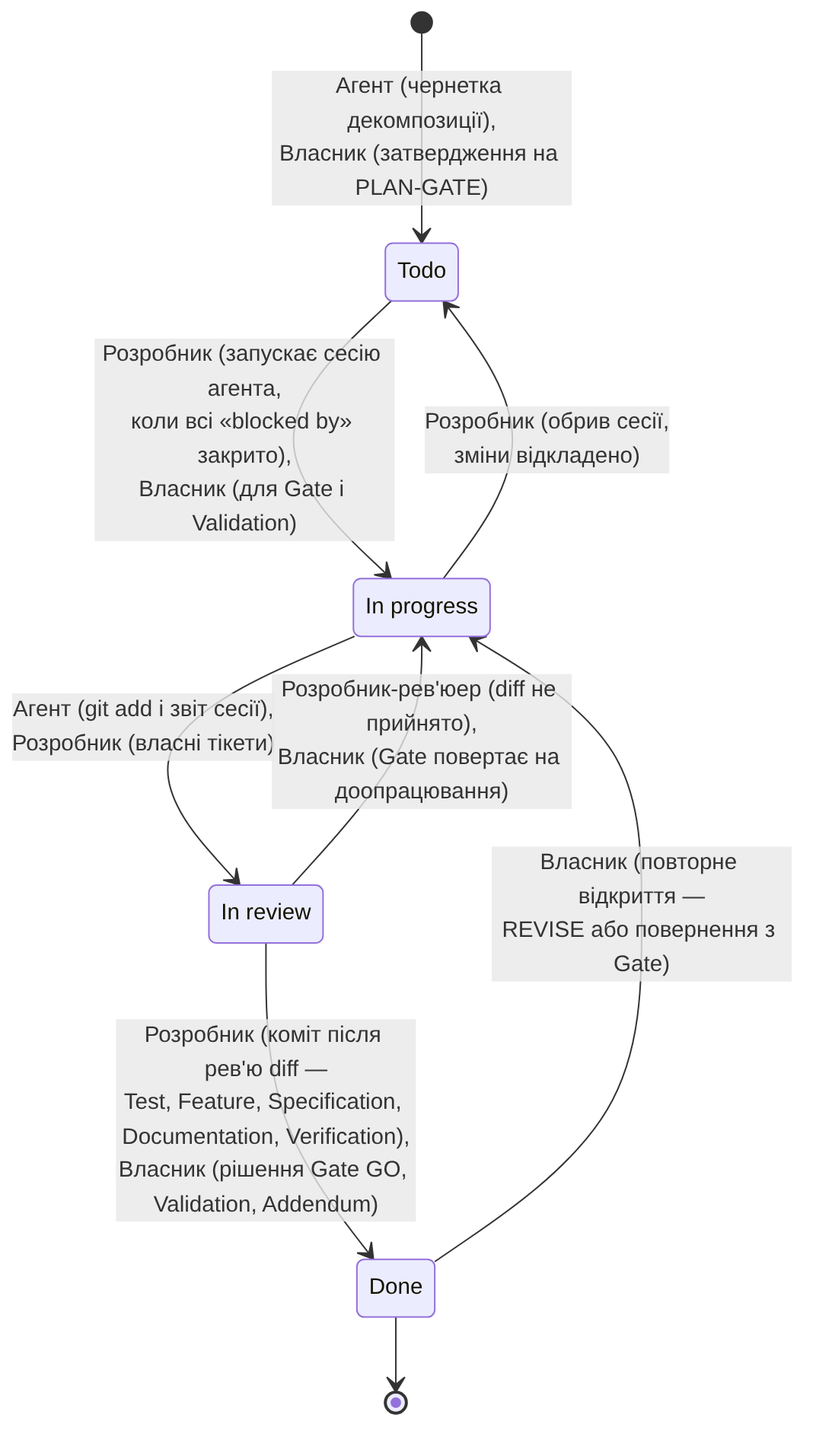
Before: docs/diagrams/task-lifecycle.png, a diagram exported from Mermaid (lrijht/supplier-price-monitoring-is). Its source is kept beside it as docs/diagrams/task-lifecycle.mmd. Its diagram source:
```mermaid
---
config:
  themeVariables:
    fontSize: 15px
---
stateDiagram-v2
    direction TB
    [*] --> Todo : Агент (чернетка декомпозиції),<br/>Власник (затвердження на PLAN-GATE)
    Todo --> InProgress : Розробник (запускає сесію агента,<br/>коли всі «blocked by» закрито),<br/>Власник (для Gate і Validation)
    InProgress --> InReview : Агент (git add і звіт сесії),<br/>Розробник (власні тікети)
    InProgress --> Todo : Розробник (обрив сесії,<br/>зміни відкладено)
    InReview --> InProgress : Розробник-рев'юер (diff не прийнято),<br/>Власник (Gate повертає на доопрацювання)
    InReview --> Done : Розробник (коміт після рев'ю diff —<br/>Test, Feature, Specification, Documentation, Verification),<br/>Власник (рішення Gate GO, Validation, Addendum)
    Done --> InProgress : Власник (повторне відкриття —<br/>REVISE або повернення з Gate)
    Done --> [*]

    Todo : Todo
    InProgress : In progress
    InReview : In review
    Done : Done
```
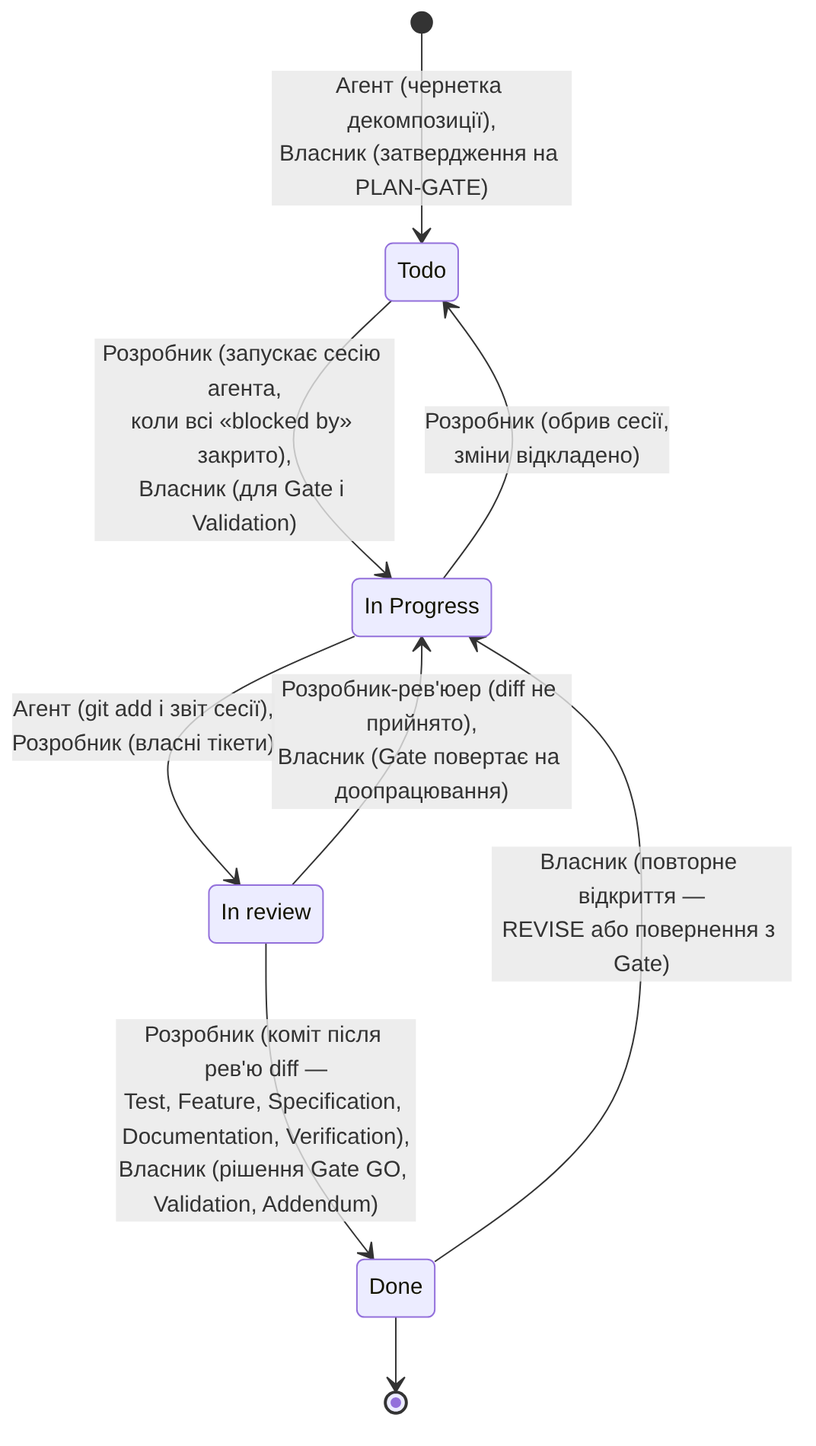
The same diagram one commit later.

Change to the diagram source:
```diff
@@ -15,6 +15,6 @@
     Done --> [*]
 
     Todo : Todo
-    InProgress : In progress
+    InProgress : In Progress
     InReview : In review
     Done : Done
```
